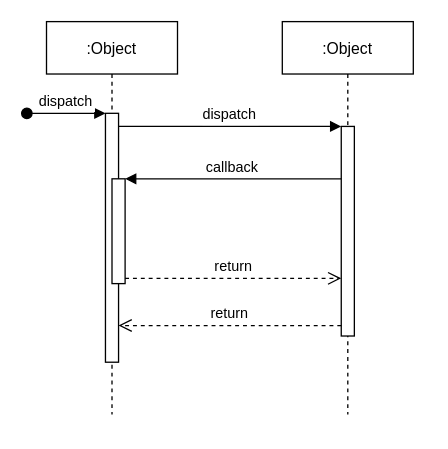
Earlier version of the draw.io diagram SpringGlobalExceptionHandler.drawio (xiaochunyong/diagrams). Source tidied: cells renumbered, new cells numbered last; positions are measured from the earlier drawing's top-left corner, leaving out a move shared by most shapes. Both pictures are drawn from the tidied source at 131%, with x=0, y=0 at pixel (26, 21).
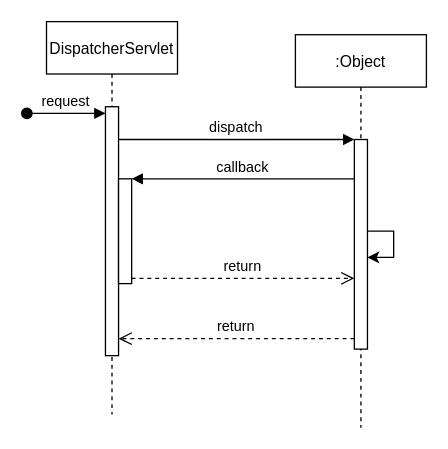
After the change.

Change to the diagram source:
```diff
@@
 <mxGraphModel>
   <root>
     <mxCell id="0" />
     <mxCell id="1" parent="0" />
-    <mxCell id="2" value=":Object" style="shape=umlLifeline;perimeter=lifelinePerimeter;rounded=0;shadow=0;strokeWidth=1;" parent="1" vertex="1">
+    <mxCell id="2" value="DispatcherServlet" style="shape=umlLifeline;perimeter=lifelinePerimeter;rounded=0;shadow=0;strokeWidth=1;" parent="1" vertex="1">
       <mxGeometry x="15" width="100" height="300" as="geometry" />
     </mxCell>
     <mxCell id="3" style="points=[];perimeter=orthogonalPerimeter;rounded=0;shadow=0;strokeWidth=1;" parent="2" vertex="1">
-      <mxGeometry x="45" y="70" width="10" height="190" as="geometry" />
+      <mxGeometry x="45" y="65" width="10" height="190" as="geometry" />
     </mxCell>
-    <mxCell id="4" value="dispatch" style="verticalAlign=bottom;startArrow=oval;endArrow=block;startSize=8;shadow=0;strokeWidth=1;" parent="2" edge="1" target="3">
+    <mxCell id="4" value="request" style="verticalAlign=bottom;startArrow=oval;endArrow=block;startSize=8;shadow=0;strokeWidth=1;" parent="2" edge="1" target="3">
       <mxGeometry relative="1" as="geometry">
         <mxPoint x="-15" y="70" as="sourcePoint" />
       </mxGeometry>
     </mxCell>
     <mxCell id="5" style="points=[];perimeter=orthogonalPerimeter;rounded=0;shadow=0;strokeWidth=1;" parent="2" vertex="1">
-      <mxGeometry x="50" y="120" width="10" height="80" as="geometry" />
+      <mxGeometry x="55" y="120" width="10" height="80" as="geometry" />
     </mxCell>
     <mxCell id="6" value=":Object" style="shape=umlLifeline;perimeter=lifelinePerimeter;rounded=0;shadow=0;strokeWidth=1;" parent="1" vertex="1">
-      <mxGeometry x="195" width="100" height="300" as="geometry" />
+      <mxGeometry x="205" y="10" width="100" height="300" as="geometry" />
     </mxCell>
     <mxCell id="7" style="points=[];perimeter=orthogonalPerimeter;rounded=0;shadow=0;strokeWidth=1;" parent="6" vertex="1">
       <mxGeometry x="45" y="80" width="10" height="160" as="geometry" />
     </mxCell>
+    <mxCell id="12" style="edgeStyle=orthogonalEdgeStyle;rounded=0;orthogonalLoop=1;jettySize=auto;html=1;elbow=horizontal;" parent="6" edge="1" source="7" target="7">
+      <mxGeometry relative="1" as="geometry" />
+    </mxCell>
     <mxCell id="8" value="return" style="verticalAlign=bottom;endArrow=open;dashed=1;endSize=8;exitX=0;exitY=0.95;shadow=0;strokeWidth=1;" parent="1" edge="1" source="7" target="3">
       <mxGeometry relative="1" as="geometry" />
     </mxCell>
     <mxCell id="9" value="dispatch" style="verticalAlign=bottom;endArrow=block;entryX=0;entryY=0;shadow=0;strokeWidth=1;" parent="1" edge="1" source="3" target="7">
       <mxGeometry relative="1" as="geometry" />
     </mxCell>
     <mxCell id="10" value="callback" style="verticalAlign=bottom;endArrow=block;entryX=1;entryY=0;shadow=0;strokeWidth=1;" parent="1" edge="1" source="7" target="5">
       <mxGeometry relative="1" as="geometry" />
     </mxCell>
     <mxCell id="11" value="return" style="verticalAlign=bottom;endArrow=open;dashed=1;endSize=8;exitX=1;exitY=0.95;shadow=0;strokeWidth=1;" parent="1" edge="1" source="5" target="7">
       <mxGeometry relative="1" as="geometry" />
     </mxCell>
   </root>
 </mxGraphModel>
```
